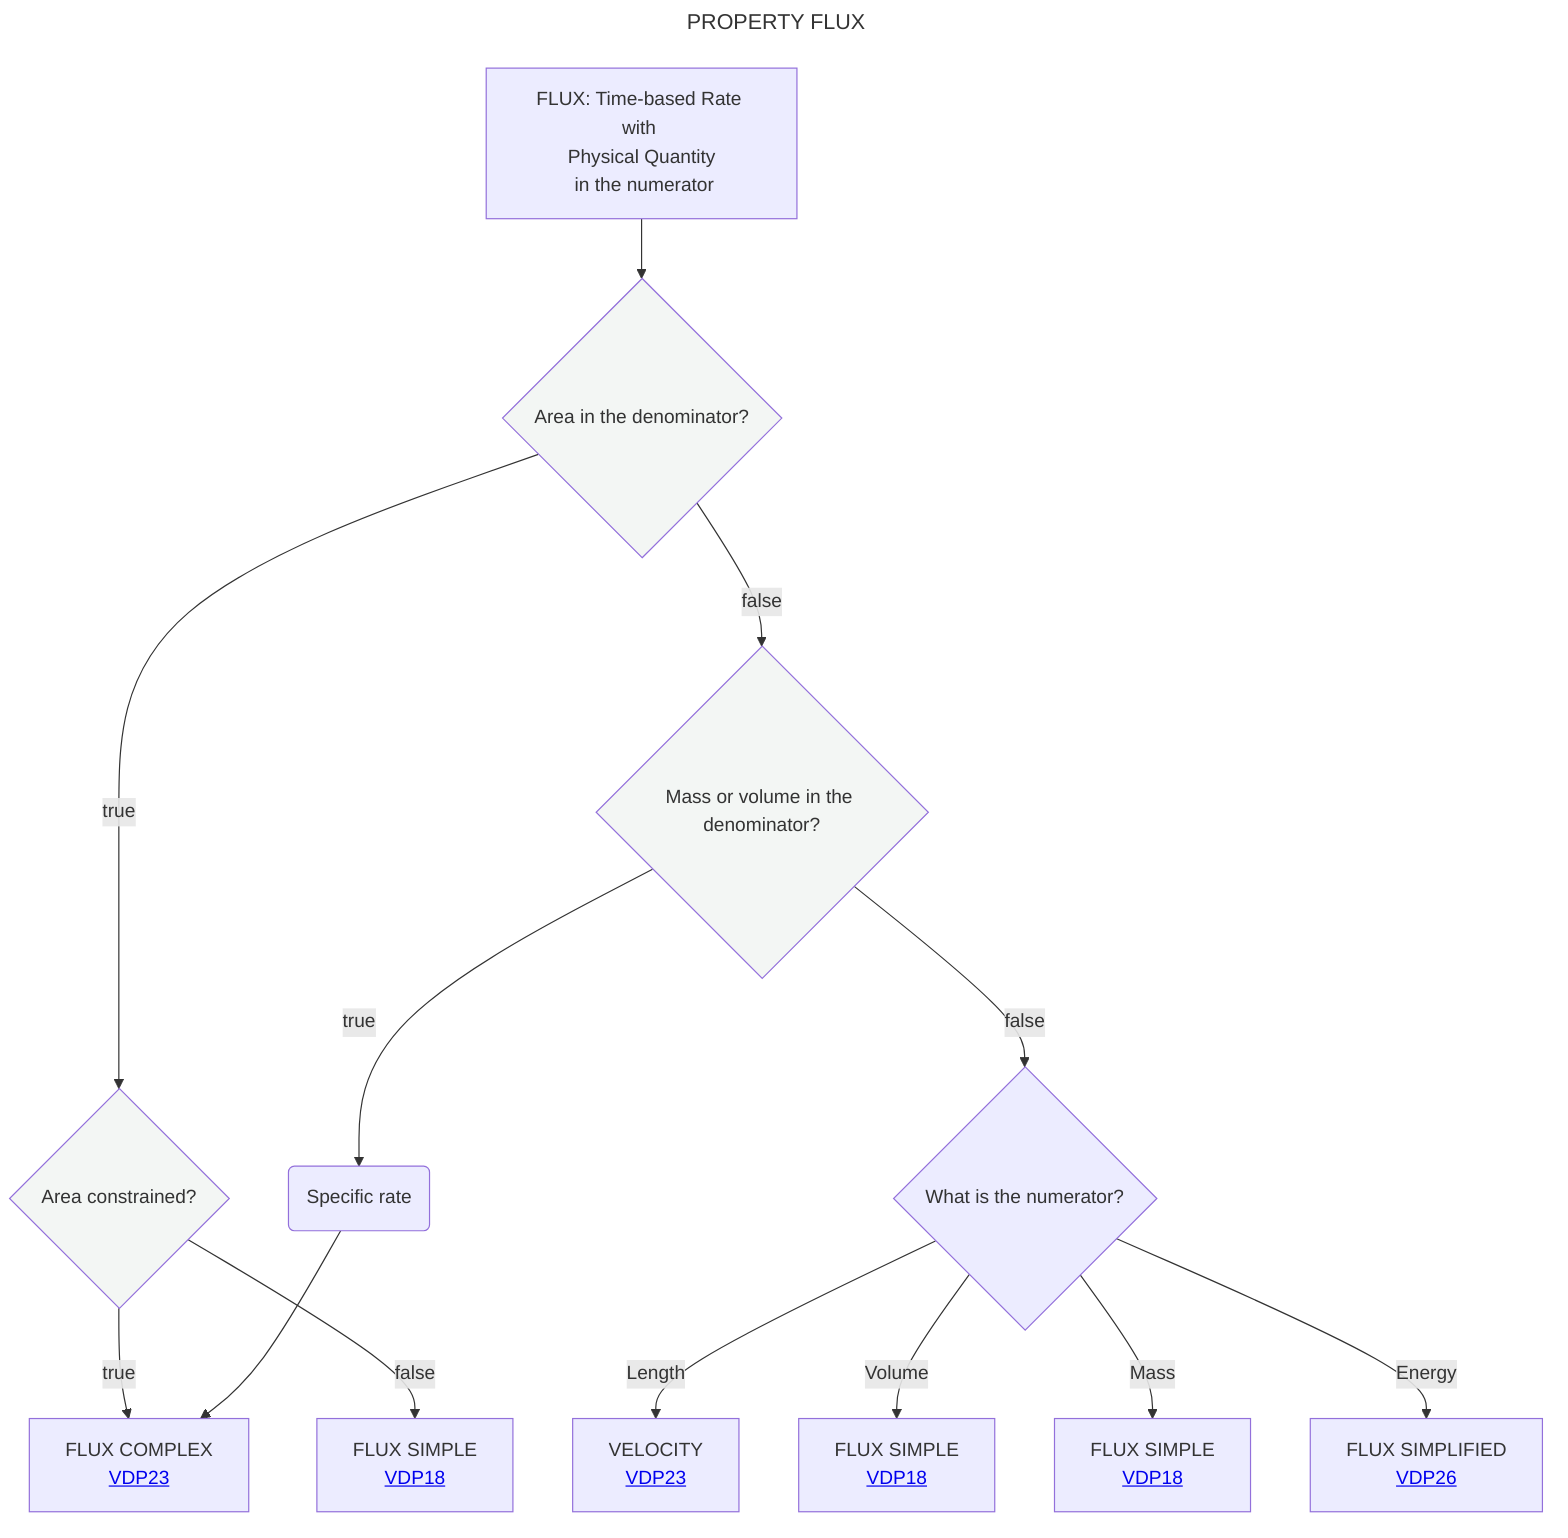
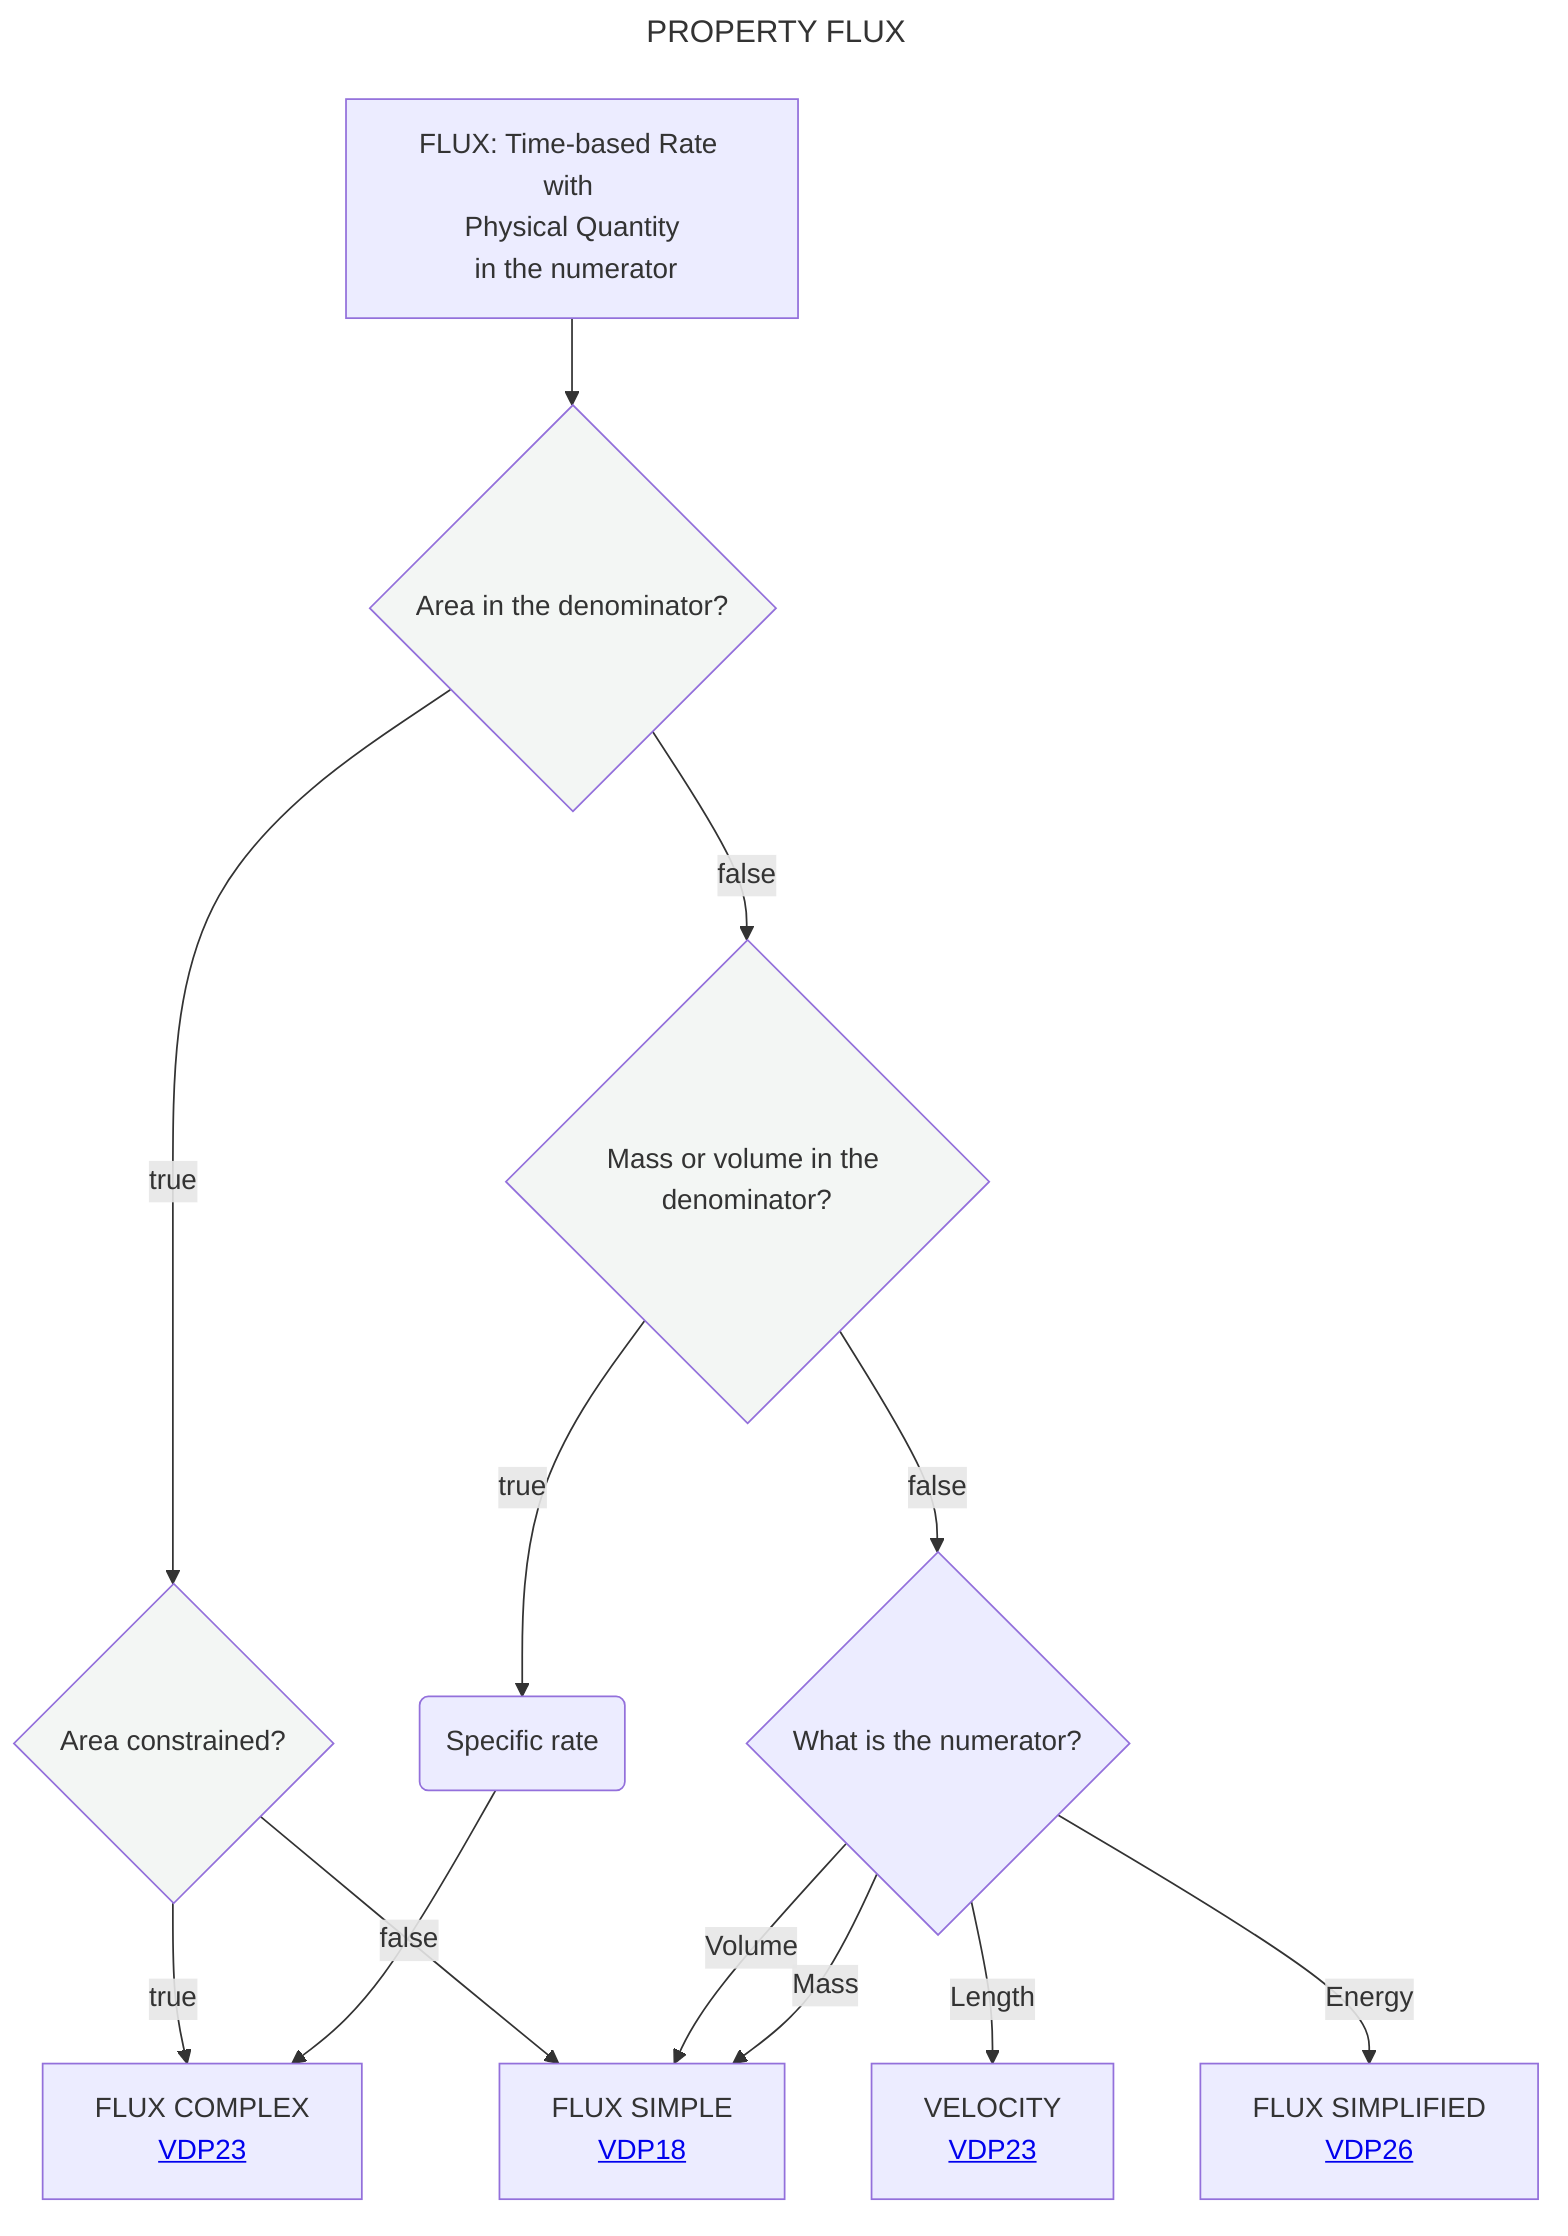
---
title: PROPERTY FLUX
---
flowchart TD
    A[FLUX: Time-based Rate with <br> Physical Quantity <br> in the numerator] --> B{Area in the denominator?}:::white
    B --> |true|F{Area constrained?}:::white
    B --> |false|K{Mass or volume in the denominator?}:::white
    F --> |true|G[FLUX COMPLEX <br> <a href='https://github.com/mabablue/I-ADOPT-patterns-playground/blob/main/pattern/VDP23.yaml'>VDP23</a>]
    F --> |false|H[FLUX SIMPLE <br> <a href='https://github.com/mabablue/I-ADOPT-patterns-playground/blob/main/pattern/VDP18.yaml'>VDP18</a>]
    K --> |true|L(Specific rate)
    L --> G
    K --> |false|M{What is the numerator?}
    M -- Length --> N[VELOCITY <br> <a href='https://github.com/mabablue/I-ADOPT-patterns-playground/blob/main/pattern/VDP23.yaml'>VDP23</a]
-     M -- Volume --> O[FLUX SIMPLE <br> <a href='https://github.com/mabablue/I-ADOPT-patterns-playground/blob/main/pattern/VDP18.yaml'>VDP18</a]
-     M -- Mass --> P[FLUX SIMPLE <br> <a href='https://github.com/mabablue/I-ADOPT-patterns-playground/blob/main/pattern/VDP18.yaml'>VDP18</a]
+     M -- Volume --> H
+     M -- Mass --> H
    M -- Energy -->C[FLUX SIMPLIFIED <br> <a href='https://github.com/mabablue/I-ADOPT-patterns-playground/blob/main/pattern/VDP26.yaml'>VDP26</a>]
   classDef blue fill:#90D5FF
   classDef satblue fill:#57B9FF
   classDef white fill:#f3f6f4
   classDef green fill:#6aa84f
